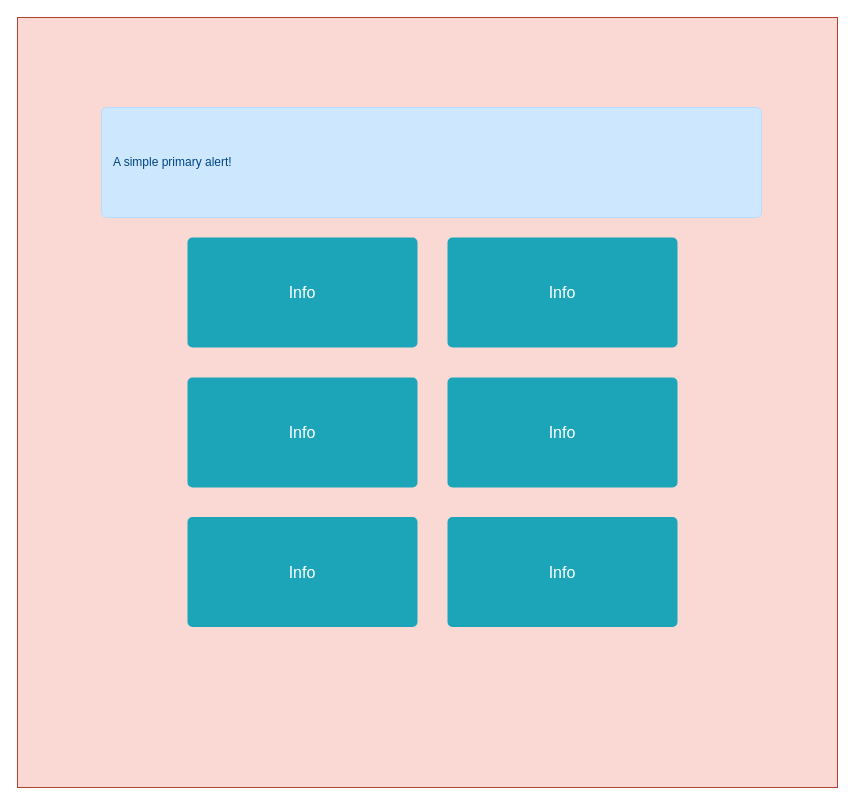
Before: page "Página-1" (1 of 3) of Diagrama sin título.drawio in PinyPon/07-Proyecto-personal, a draw.io diagram. Source tidied: cells renumbered, new cells numbered last; positions are measured from the earlier drawing's top-left corner, leaving out a move shared by most shapes. Both pictures are drawn from the tidied source at 100%, with x=0, y=0 at pixel (17, 17).
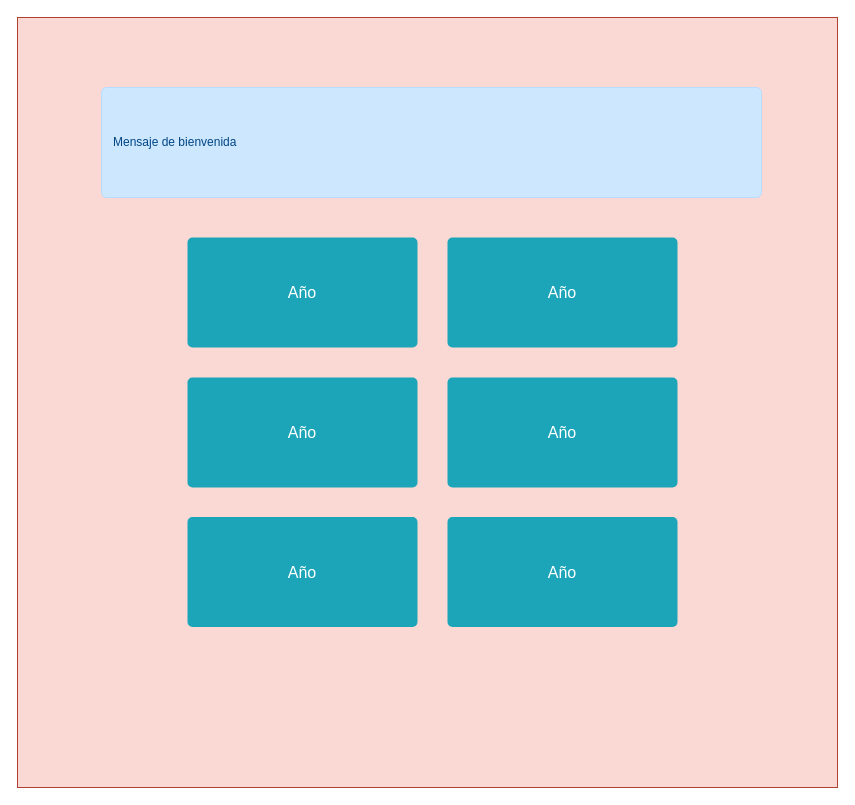
After the change.

The edit, as a diff of the source:
```diff
@@
 <mxGraphModel>
   <root>
     <mxCell id="0" />
     <mxCell id="1" parent="0" />
     <mxCell id="2" style="rounded=0;whiteSpace=wrap;html=1;fillColor=#fad9d5;strokeColor=#ae4132;" parent="1" vertex="1">
       <mxGeometry width="820" height="770" as="geometry" />
     </mxCell>
-    <mxCell id="3" value="A simple primary alert!" style="html=1;shadow=0;dashed=0;shape=mxgraph.bootstrap.rrect;rSize=5;strokeColor=#B8DCFE;strokeWidth=1;fillColor=#CCE7FE;fontColor=#004583;whiteSpace=wrap;align=left;verticalAlign=middle;spacingLeft=10;" parent="1" vertex="1">
-      <mxGeometry x="84" y="90" width="660" height="110" as="geometry" />
+    <mxCell id="3" value="Mensaje de bienvenida" style="html=1;shadow=0;dashed=0;shape=mxgraph.bootstrap.rrect;rSize=5;strokeColor=#B8DCFE;strokeWidth=1;fillColor=#CCE7FE;fontColor=#004583;whiteSpace=wrap;align=left;verticalAlign=middle;spacingLeft=10;" parent="1" vertex="1">
+      <mxGeometry x="84" y="70" width="660" height="110" as="geometry" />
     </mxCell>
-    <mxCell id="4" value="Info" style="html=1;shadow=0;dashed=0;shape=mxgraph.bootstrap.rrect;rSize=5;strokeColor=none;strokeWidth=1;fillColor=#1CA5B8;fontColor=#FFFFFF;whiteSpace=wrap;align=center;verticalAlign=middle;spacingLeft=0;fontStyle=0;fontSize=16;spacing=5;" parent="1" vertex="1">
+    <mxCell id="4" value="Año" style="html=1;shadow=0;dashed=0;shape=mxgraph.bootstrap.rrect;rSize=5;strokeColor=none;strokeWidth=1;fillColor=#1CA5B8;fontColor=#FFFFFF;whiteSpace=wrap;align=center;verticalAlign=middle;spacingLeft=0;fontStyle=0;fontSize=16;spacing=5;" parent="1" vertex="1">
       <mxGeometry x="170" y="220" width="230" height="110" as="geometry" />
     </mxCell>
-    <mxCell id="5" value="Info" style="html=1;shadow=0;dashed=0;shape=mxgraph.bootstrap.rrect;rSize=5;strokeColor=none;strokeWidth=1;fillColor=#1CA5B8;fontColor=#FFFFFF;whiteSpace=wrap;align=center;verticalAlign=middle;spacingLeft=0;fontStyle=0;fontSize=16;spacing=5;" parent="1" vertex="1">
+    <mxCell id="5" value="Año" style="html=1;shadow=0;dashed=0;shape=mxgraph.bootstrap.rrect;rSize=5;strokeColor=none;strokeWidth=1;fillColor=#1CA5B8;fontColor=#FFFFFF;whiteSpace=wrap;align=center;verticalAlign=middle;spacingLeft=0;fontStyle=0;fontSize=16;spacing=5;" parent="1" vertex="1">
       <mxGeometry x="430" y="220" width="230" height="110" as="geometry" />
     </mxCell>
-    <mxCell id="6" value="Info" style="html=1;shadow=0;dashed=0;shape=mxgraph.bootstrap.rrect;rSize=5;strokeColor=none;strokeWidth=1;fillColor=#1CA5B8;fontColor=#FFFFFF;whiteSpace=wrap;align=center;verticalAlign=middle;spacingLeft=0;fontStyle=0;fontSize=16;spacing=5;" parent="1" vertex="1">
+    <mxCell id="6" value="Año" style="html=1;shadow=0;dashed=0;shape=mxgraph.bootstrap.rrect;rSize=5;strokeColor=none;strokeWidth=1;fillColor=#1CA5B8;fontColor=#FFFFFF;whiteSpace=wrap;align=center;verticalAlign=middle;spacingLeft=0;fontStyle=0;fontSize=16;spacing=5;" parent="1" vertex="1">
       <mxGeometry x="170" y="360" width="230" height="110" as="geometry" />
     </mxCell>
-    <mxCell id="7" value="Info" style="html=1;shadow=0;dashed=0;shape=mxgraph.bootstrap.rrect;rSize=5;strokeColor=none;strokeWidth=1;fillColor=#1CA5B8;fontColor=#FFFFFF;whiteSpace=wrap;align=center;verticalAlign=middle;spacingLeft=0;fontStyle=0;fontSize=16;spacing=5;" parent="1" vertex="1">
+    <mxCell id="7" value="Año" style="html=1;shadow=0;dashed=0;shape=mxgraph.bootstrap.rrect;rSize=5;strokeColor=none;strokeWidth=1;fillColor=#1CA5B8;fontColor=#FFFFFF;whiteSpace=wrap;align=center;verticalAlign=middle;spacingLeft=0;fontStyle=0;fontSize=16;spacing=5;" parent="1" vertex="1">
       <mxGeometry x="430" y="360" width="230" height="110" as="geometry" />
     </mxCell>
-    <mxCell id="8" value="Info" style="html=1;shadow=0;dashed=0;shape=mxgraph.bootstrap.rrect;rSize=5;strokeColor=none;strokeWidth=1;fillColor=#1CA5B8;fontColor=#FFFFFF;whiteSpace=wrap;align=center;verticalAlign=middle;spacingLeft=0;fontStyle=0;fontSize=16;spacing=5;" parent="1" vertex="1">
+    <mxCell id="8" value="Año" style="html=1;shadow=0;dashed=0;shape=mxgraph.bootstrap.rrect;rSize=5;strokeColor=none;strokeWidth=1;fillColor=#1CA5B8;fontColor=#FFFFFF;whiteSpace=wrap;align=center;verticalAlign=middle;spacingLeft=0;fontStyle=0;fontSize=16;spacing=5;" parent="1" vertex="1">
       <mxGeometry x="430" y="499.5" width="230" height="110" as="geometry" />
     </mxCell>
-    <mxCell id="9" value="Info" style="html=1;shadow=0;dashed=0;shape=mxgraph.bootstrap.rrect;rSize=5;strokeColor=none;strokeWidth=1;fillColor=#1CA5B8;fontColor=#FFFFFF;whiteSpace=wrap;align=center;verticalAlign=middle;spacingLeft=0;fontStyle=0;fontSize=16;spacing=5;" parent="1" vertex="1">
+    <mxCell id="9" value="Año" style="html=1;shadow=0;dashed=0;shape=mxgraph.bootstrap.rrect;rSize=5;strokeColor=none;strokeWidth=1;fillColor=#1CA5B8;fontColor=#FFFFFF;whiteSpace=wrap;align=center;verticalAlign=middle;spacingLeft=0;fontStyle=0;fontSize=16;spacing=5;" parent="1" vertex="1">
       <mxGeometry x="170" y="499.5" width="230" height="110" as="geometry" />
     </mxCell>
   </root>
 </mxGraphModel>
```
